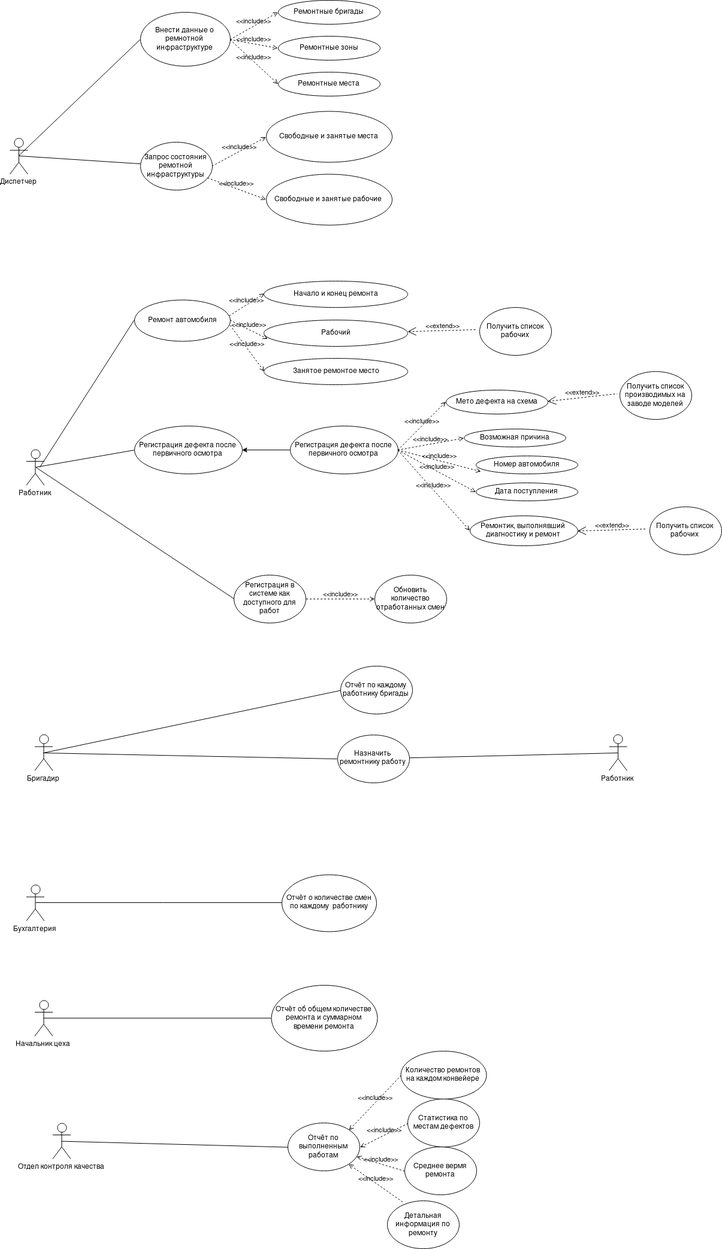
This is hw3/use-cases/Use-Case.png from kuklinamd/sdhw, a draw.io export, as it was before one commit. Source tidied: cells renumbered, new cells last; positions are measured from the earlier drawing's top-left corner, leaving out a move shared by most shapes.
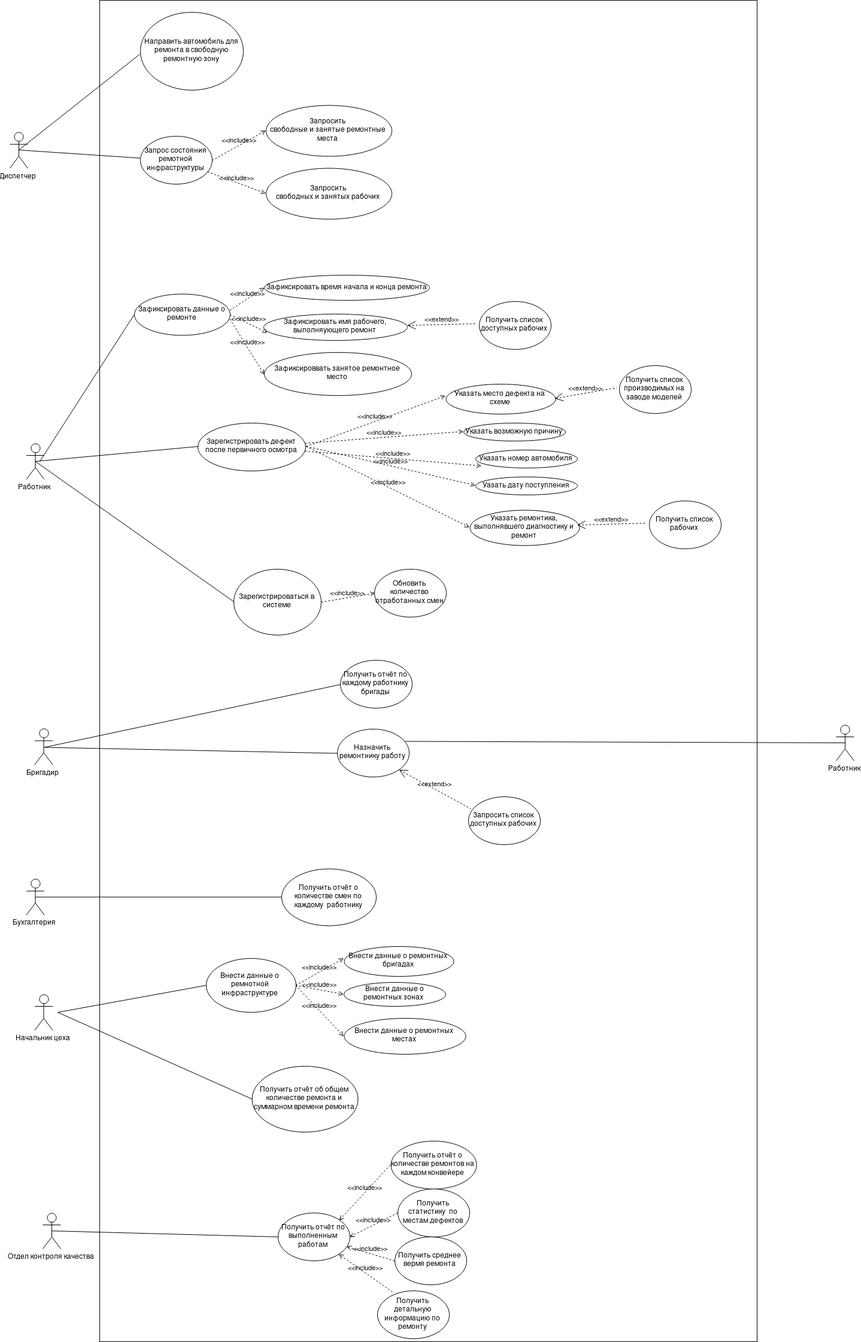
After the commit.

Commit message:
Fix use-case diagram

Change to the diagram source:
```diff
@@ -4,2 +4,5 @@
     <mxCell id="1" parent="0" />
+    <mxCell id="74" style="rounded=0;whiteSpace=wrap;html=1;" parent="1" vertex="1">
+      <mxGeometry x="150" y="10" width="1098" height="2240" as="geometry" />
+    </mxCell>
     <mxCell id="2" value="Диспетчер" style="shape=umlActor;verticalLabelPosition=bottom;labelBackgroundColor=#ffffff;verticalAlign=top;html=1;outlineConnect=0;" parent="1" vertex="1">
@@ -14,3 +17,3 @@
     <mxCell id="5" value="Отдел контроля качества" style="shape=umlActor;verticalLabelPosition=bottom;labelBackgroundColor=#ffffff;verticalAlign=top;html=1;outlineConnect=0;" parent="1" vertex="1">
-      <mxGeometry x="71.5" y="1875" width="30" height="60" as="geometry" />
+      <mxGeometry x="55" y="2035" width="30" height="60" as="geometry" />
     </mxCell>
@@ -22,28 +25,19 @@
     </mxCell>
-    <mxCell id="8" value="Внести данные о ремнотной инфраструктуре" style="ellipse;whiteSpace=wrap;html=1;" parent="1" vertex="1">
-      <mxGeometry x="217.5" y="20" width="150" height="90" as="geometry" />
-    </mxCell>
-    <mxCell id="9" style="edgeStyle=orthogonalEdgeStyle;rounded=0;jettySize=auto;html=1;" parent="1" edge="1" source="10" target="11">
-      <mxGeometry relative="1" as="geometry" />
-    </mxCell>
-    <mxCell id="10" value="Регистрация дефекта после первичного осмотра" style="ellipse;whiteSpace=wrap;html=1;" parent="1" vertex="1">
-      <mxGeometry x="467.5" y="711" width="180" height="80" as="geometry" />
+    <mxCell id="10" value="Зарегистрировать дефект после первичного осмотра" style="ellipse;whiteSpace=wrap;html=1;" parent="1" vertex="1">
+      <mxGeometry x="314" y="716" width="180" height="80" as="geometry" />
     </mxCell>
-    <mxCell id="11" value="Регистрация дефекта после первичного осмотра" style="ellipse;whiteSpace=wrap;html=1;" parent="1" vertex="1">
-      <mxGeometry x="207.5" y="711" width="180" height="80" as="geometry" />
-    </mxCell>
-    <mxCell id="12" value="Мето дефекта на схема" style="ellipse;whiteSpace=wrap;html=1;" parent="1" vertex="1">
-      <mxGeometry x="727.5" y="650.5" width="170" height="40" as="geometry" />
+    <mxCell id="12" value="Указать место дефекта на схеме" style="ellipse;whiteSpace=wrap;html=1;" parent="1" vertex="1">
+      <mxGeometry x="728" y="651" width="183" height="50" as="geometry" />
     </mxCell>
-    <mxCell id="13" value="Возможная причина" style="ellipse;whiteSpace=wrap;html=1;" parent="1" vertex="1">
+    <mxCell id="13" value="Указать возможную причину" style="ellipse;whiteSpace=wrap;html=1;" parent="1" vertex="1">
       <mxGeometry x="757.5" y="716" width="170" height="30" as="geometry" />
     </mxCell>
-    <mxCell id="14" value="Номер автомобиля" style="ellipse;whiteSpace=wrap;html=1;" parent="1" vertex="1">
+    <mxCell id="14" value="Указать номер автомобиля" style="ellipse;whiteSpace=wrap;html=1;" parent="1" vertex="1">
       <mxGeometry x="777.5" y="761" width="170" height="30" as="geometry" />
     </mxCell>
-    <mxCell id="15" value="Дата поступления" style="ellipse;whiteSpace=wrap;html=1;" parent="1" vertex="1">
+    <mxCell id="15" value="Уазать дату поступления" style="ellipse;whiteSpace=wrap;html=1;" parent="1" vertex="1">
       <mxGeometry x="777.5" y="806" width="170" height="30" as="geometry" />
     </mxCell>
-    <mxCell id="16" value="Ремонтик, выполнявший диагностику и ремонт" style="ellipse;whiteSpace=wrap;html=1;" parent="1" vertex="1">
-      <mxGeometry x="767.5" y="861" width="180" height="50" as="geometry" />
+    <mxCell id="16" value="Указать ремонтика, выполнявшего диагностику и ремонт" style="ellipse;whiteSpace=wrap;html=1;" parent="1" vertex="1">
+      <mxGeometry x="768" y="861" width="183" height="59" as="geometry" />
     </mxCell>
@@ -54,11 +48,7 @@
     </mxCell>
-    <mxCell id="18" value="&amp;lt;&amp;lt;include&amp;gt;&amp;gt;" style="edgeStyle=none;html=1;endArrow=open;verticalAlign=bottom;dashed=1;labelBackgroundColor=none;entryX=0;entryY=0.5;entryDx=0;entryDy=0;" parent="1" edge="1" target="13">
-      <mxGeometry relative="1" as="geometry">
-        <mxPoint x="647.5" y="751" as="sourcePoint" />
-      </mxGeometry>
+    <mxCell id="18" value="&amp;lt;&amp;lt;include&amp;gt;&amp;gt;" style="edgeStyle=none;html=1;endArrow=open;verticalAlign=bottom;dashed=1;labelBackgroundColor=none;entryX=0;entryY=0.5;entryDx=0;entryDy=0;" parent="1" edge="1" source="10" target="13">
+      <mxGeometry relative="1" as="geometry" />
     </mxCell>
-    <mxCell id="19" value="&amp;lt;&amp;lt;include&amp;gt;&amp;gt;" style="edgeStyle=none;html=1;endArrow=open;verticalAlign=bottom;dashed=1;labelBackgroundColor=none;entryX=0.053;entryY=0.856;entryDx=0;entryDy=0;entryPerimeter=0;" parent="1" edge="1" target="14">
-      <mxGeometry relative="1" as="geometry">
-        <mxPoint x="647.5" y="751" as="sourcePoint" />
-      </mxGeometry>
+    <mxCell id="19" value="&amp;lt;&amp;lt;include&amp;gt;&amp;gt;" style="edgeStyle=none;html=1;endArrow=open;verticalAlign=bottom;dashed=1;labelBackgroundColor=none;entryX=0.053;entryY=0.856;entryDx=0;entryDy=0;entryPerimeter=0;" parent="1" edge="1" source="10" target="14">
+      <mxGeometry relative="1" as="geometry" />
     </mxCell>
@@ -70,24 +60,2 @@
     </mxCell>
-    <mxCell id="22" value="Ремонтные бригады" style="ellipse;whiteSpace=wrap;html=1;" parent="1" vertex="1">
-      <mxGeometry x="447.5" width="170" height="40" as="geometry" />
-    </mxCell>
-    <mxCell id="23" value="&lt;div&gt;Ремонтные зоны&lt;/div&gt;" style="ellipse;whiteSpace=wrap;html=1;" parent="1" vertex="1">
-      <mxGeometry x="447.5" y="60" width="170" height="40" as="geometry" />
-    </mxCell>
-    <mxCell id="24" value="Ремонтные места" style="ellipse;whiteSpace=wrap;html=1;" parent="1" vertex="1">
-      <mxGeometry x="447.5" y="120" width="170" height="40" as="geometry" />
-    </mxCell>
-    <mxCell id="25" value="&amp;lt;&amp;lt;include&amp;gt;&amp;gt;" style="edgeStyle=none;html=1;endArrow=open;verticalAlign=bottom;dashed=1;labelBackgroundColor=none;exitX=1;exitY=0.5;exitDx=0;exitDy=0;" parent="1" edge="1" source="8">
-      <mxGeometry relative="1" as="geometry">
-        <mxPoint x="447.5" y="20" as="targetPoint" />
-      </mxGeometry>
-    </mxCell>
-    <mxCell id="26" value="&amp;lt;&amp;lt;include&amp;gt;&amp;gt;" style="edgeStyle=none;html=1;endArrow=open;verticalAlign=bottom;dashed=1;labelBackgroundColor=none;entryX=0;entryY=0.5;entryDx=0;entryDy=0;exitX=1;exitY=0.5;exitDx=0;exitDy=0;" parent="1" edge="1" source="8">
-      <mxGeometry relative="1" as="geometry">
-        <mxPoint x="447" y="80" as="targetPoint" />
-      </mxGeometry>
-    </mxCell>
-    <mxCell id="27" value="&amp;lt;&amp;lt;include&amp;gt;&amp;gt;" style="edgeStyle=none;html=1;endArrow=open;verticalAlign=bottom;dashed=1;labelBackgroundColor=none;entryX=0;entryY=0.5;entryDx=0;entryDy=0;exitX=1;exitY=0.5;exitDx=0;exitDy=0;" parent="1" edge="1" source="8" target="24">
-      <mxGeometry relative="1" as="geometry" />
-    </mxCell>
     <mxCell id="28" value="Назначить ремонтнику работу" style="ellipse;whiteSpace=wrap;html=1;" parent="1" vertex="1">
@@ -96,6 +64,6 @@
     <mxCell id="29" value="Работник" style="shape=umlActor;verticalLabelPosition=bottom;labelBackgroundColor=#ffffff;verticalAlign=top;html=1;outlineConnect=0;" parent="1" vertex="1">
-      <mxGeometry x="1000" y="1226.5" width="30" height="60" as="geometry" />
+      <mxGeometry x="1380" y="1220" width="30" height="60" as="geometry" />
     </mxCell>
-    <mxCell id="30" value="Регистрация в системе как доступного для работ" style="ellipse;whiteSpace=wrap;html=1;" parent="1" vertex="1">
-      <mxGeometry x="374" y="960" width="120" height="80" as="geometry" />
+    <mxCell id="30" value="Зарегистрироваться в системе " style="ellipse;whiteSpace=wrap;html=1;" parent="1" vertex="1">
+      <mxGeometry x="374" y="960" width="146" height="110" as="geometry" />
     </mxCell>
@@ -104,3 +72,3 @@
     </mxCell>
-    <mxCell id="32" style="endArrow=none;html=1;entryX=0.5;entryY=0.5;entryDx=0;entryDy=0;entryPerimeter=0;" parent="1" edge="1" source="28" target="29">
+    <mxCell id="32" style="endArrow=none;html=1;entryX=0.5;entryY=0.5;entryDx=0;entryDy=0;entryPerimeter=0;exitX=0.948;exitY=0.247;exitDx=0;exitDy=0;exitPerimeter=0;" parent="1" edge="1" source="28" target="29">
       <mxGeometry relative="1" as="geometry" />
@@ -119,6 +87,6 @@
     </mxCell>
-    <mxCell id="37" value="&lt;div&gt;Свободные и занятые места&lt;/div&gt;" style="ellipse;whiteSpace=wrap;html=1;" parent="1" vertex="1">
+    <mxCell id="37" value="Запросить&lt;br&gt;&lt;div&gt;свободные и занятые ремонтные места&lt;/div&gt;" style="ellipse;whiteSpace=wrap;html=1;" parent="1" vertex="1">
       <mxGeometry x="427.5" y="185.5" width="210" height="85" as="geometry" />
     </mxCell>
-    <mxCell id="38" value="&lt;div&gt;Свободные и занятые рабочие&lt;br&gt;&lt;/div&gt;" style="ellipse;whiteSpace=wrap;html=1;" parent="1" vertex="1">
+    <mxCell id="38" value="Запросить &lt;br&gt;&lt;div&gt;свободных и занятых рабочих&lt;br&gt;&lt;/div&gt;" style="ellipse;whiteSpace=wrap;html=1;" parent="1" vertex="1">
       <mxGeometry x="427.5" y="290.5" width="210" height="85" as="geometry" />
@@ -131,16 +99,16 @@
     </mxCell>
-    <mxCell id="41" value="Отчёт по выполненным работам" style="ellipse;whiteSpace=wrap;html=1;" parent="1" vertex="1">
-      <mxGeometry x="464" y="1875" width="120" height="80" as="geometry" />
+    <mxCell id="41" value="Получить отчёт по выполненным работам" style="ellipse;whiteSpace=wrap;html=1;" parent="1" vertex="1">
+      <mxGeometry x="447.5" y="2035" width="120" height="80" as="geometry" />
     </mxCell>
-    <mxCell id="42" value="Количество ремонтов на каждом конвейере" style="ellipse;whiteSpace=wrap;html=1;" parent="1" vertex="1">
-      <mxGeometry x="652.5" y="1755" width="143" height="80" as="geometry" />
+    <mxCell id="42" value="Получить отчёт о количестве ремонтов на каждом конвейере" style="ellipse;whiteSpace=wrap;html=1;" parent="1" vertex="1">
+      <mxGeometry x="636" y="1915" width="143" height="80" as="geometry" />
     </mxCell>
-    <mxCell id="43" value="Статистика по местам дефектов" style="ellipse;whiteSpace=wrap;html=1;" parent="1" vertex="1">
-      <mxGeometry x="664" y="1835" width="120" height="80" as="geometry" />
+    <mxCell id="43" value="Получить статистику&amp;nbsp; по местам дефектов" style="ellipse;whiteSpace=wrap;html=1;" parent="1" vertex="1">
+      <mxGeometry x="647.5" y="1995" width="120" height="80" as="geometry" />
     </mxCell>
-    <mxCell id="44" value="Среднее вермя ремонта" style="ellipse;whiteSpace=wrap;html=1;" parent="1" vertex="1">
-      <mxGeometry x="659" y="1915" width="120" height="80" as="geometry" />
+    <mxCell id="44" value="Получить среднее вермя ремонта" style="ellipse;whiteSpace=wrap;html=1;" parent="1" vertex="1">
+      <mxGeometry x="642.5" y="2075" width="120" height="80" as="geometry" />
     </mxCell>
-    <mxCell id="45" value="Детальная информация по ремонту" style="ellipse;whiteSpace=wrap;html=1;" parent="1" vertex="1">
-      <mxGeometry x="630" y="2005" width="120" height="80" as="geometry" />
+    <mxCell id="45" value="Получить детальную информацию по ремонту" style="ellipse;whiteSpace=wrap;html=1;" parent="1" vertex="1">
+      <mxGeometry x="613.5" y="2165" width="120" height="80" as="geometry" />
     </mxCell>
@@ -157,7 +125,9 @@
       <mxGeometry relative="1" as="geometry">
-        <mxPoint x="655.5" y="2007" as="sourcePoint" />
+        <mxPoint x="639" y="2167" as="sourcePoint" />
       </mxGeometry>
     </mxCell>
-    <mxCell id="50" style="endArrow=none;html=1;exitX=0;exitY=0.5;exitDx=0;exitDy=0;entryX=0.5;entryY=0.5;entryDx=0;entryDy=0;entryPerimeter=0;" parent="1" edge="1" source="8" target="2">
-      <mxGeometry relative="1" as="geometry" />
+    <mxCell id="50" style="endArrow=none;html=1;entryX=0.5;entryY=0.5;entryDx=0;entryDy=0;entryPerimeter=0;" parent="1" edge="1" target="2">
+      <mxGeometry relative="1" as="geometry">
+        <mxPoint x="217" y="100" as="sourcePoint" />
+      </mxGeometry>
     </mxCell>
@@ -166,11 +136,8 @@
     </mxCell>
-    <mxCell id="52" style="endArrow=none;html=1;exitX=0;exitY=0.5;exitDx=0;exitDy=0;entryX=0.5;entryY=0.5;entryDx=0;entryDy=0;entryPerimeter=0;" parent="1" edge="1" source="11" target="3">
+    <mxCell id="52" style="endArrow=none;html=1;exitX=0;exitY=0.5;exitDx=0;exitDy=0;entryX=0.5;entryY=0.5;entryDx=0;entryDy=0;entryPerimeter=0;" parent="1" edge="1" source="10" target="3">
       <mxGeometry relative="1" as="geometry" />
     </mxCell>
-    <mxCell id="53" value="Отчёт об общем количестве ремонта и суммарном времени ремонта" style="ellipse;whiteSpace=wrap;html=1;" parent="1" vertex="1">
-      <mxGeometry x="436.5" y="1645" width="177" height="110" as="geometry" />
+    <mxCell id="53" value="Получить отчёт об общем количестве ремонта и суммарном времени ремонта" style="ellipse;whiteSpace=wrap;html=1;" parent="1" vertex="1">
+      <mxGeometry x="404" y="1790" width="177" height="110" as="geometry" />
     </mxCell>
-    <mxCell id="54" style="edgeStyle=orthogonalEdgeStyle;rounded=0;jettySize=auto;html=1;exitX=0.5;exitY=0.5;exitDx=0;exitDy=0;exitPerimeter=0;endArrow=none;endFill=0;entryX=0;entryY=0.5;entryDx=0;entryDy=0;" parent="1" edge="1" source="55" target="53">
-      <mxGeometry relative="1" as="geometry" />
-    </mxCell>
     <mxCell id="55" value="Начальник цеха" style="shape=umlActor;verticalLabelPosition=bottom;labelBackgroundColor=#ffffff;verticalAlign=top;html=1;outlineConnect=0;" parent="1" vertex="1">
@@ -178,6 +145,6 @@
     </mxCell>
-    <mxCell id="56" value="Отчёт о количестве смен по каждому&amp;nbsp; работнику" style="ellipse;whiteSpace=wrap;html=1;" parent="1" vertex="1">
+    <mxCell id="56" value="Получить отчёт о количестве смен по каждому&amp;nbsp; работнику" style="ellipse;whiteSpace=wrap;html=1;" parent="1" vertex="1">
       <mxGeometry x="454.5" y="1460" width="158" height="95" as="geometry" />
     </mxCell>
-    <mxCell id="57" value="Отчёт по каждому работнику бригады" style="ellipse;whiteSpace=wrap;html=1;" parent="1" vertex="1">
+    <mxCell id="57" value="Получить отчёт по каждому работнику бригады" style="ellipse;whiteSpace=wrap;html=1;" parent="1" vertex="1">
       <mxGeometry x="551.5" y="1112" width="120" height="80" as="geometry" />
@@ -187,13 +154,13 @@
     </mxCell>
-    <mxCell id="59" value="Ремонт автомобиля" style="ellipse;whiteSpace=wrap;html=1;" parent="1" vertex="1">
+    <mxCell id="59" value="Зафиксировать данные о ремонте" style="ellipse;whiteSpace=wrap;html=1;" parent="1" vertex="1">
       <mxGeometry x="208" y="500" width="160" height="69" as="geometry" />
     </mxCell>
-    <mxCell id="60" value="Начало и конец ремонта" style="ellipse;whiteSpace=wrap;html=1;" parent="1" vertex="1">
-      <mxGeometry x="424.5" y="468.5" width="240" height="44" as="geometry" />
+    <mxCell id="60" value="Зафиксировать время начала и конца ремонта" style="ellipse;whiteSpace=wrap;html=1;" parent="1" vertex="1">
+      <mxGeometry x="425" y="469" width="276" height="42" as="geometry" />
     </mxCell>
-    <mxCell id="61" value="Рабочий" style="ellipse;whiteSpace=wrap;html=1;" parent="1" vertex="1">
+    <mxCell id="61" value="Зафиксировать имя рабочего, выполняующего ремонт" style="ellipse;whiteSpace=wrap;html=1;" parent="1" vertex="1">
       <mxGeometry x="424.5" y="533.5" width="240" height="44" as="geometry" />
     </mxCell>
-    <mxCell id="62" value="Занятое ремонтое место" style="ellipse;whiteSpace=wrap;html=1;" parent="1" vertex="1">
-      <mxGeometry x="424.5" y="598" width="240" height="44" as="geometry" />
+    <mxCell id="62" value="Зафиксироввать занятое ремонтное место" style="ellipse;whiteSpace=wrap;html=1;" parent="1" vertex="1">
+      <mxGeometry x="425" y="598" width="246" height="72" as="geometry" />
     </mxCell>
@@ -221,3 +188,3 @@
     </mxCell>
-    <mxCell id="69" value="Получить список рабочих " style="ellipse;whiteSpace=wrap;html=1;" parent="1" vertex="1">
+    <mxCell id="69" value="Получить список доступных рабочих " style="ellipse;whiteSpace=wrap;html=1;" parent="1" vertex="1">
       <mxGeometry x="784" y="513" width="120" height="80" as="geometry" />
@@ -241,2 +208,46 @@
     </mxCell>
+    <mxCell id="8" value="Внести данные о ремнотной инфраструктуре" style="ellipse;whiteSpace=wrap;html=1;" parent="1" vertex="1">
+      <mxGeometry x="327.5" y="1609.8" width="150" height="90" as="geometry" />
+    </mxCell>
+    <mxCell id="75" value="Внести данные о ремонтных бригадах" style="ellipse;whiteSpace=wrap;html=1;" parent="1" vertex="1">
+      <mxGeometry x="558" y="1590" width="183" height="50" as="geometry" />
+    </mxCell>
+    <mxCell id="76" value="&lt;div&gt;&amp;nbsp;Внести данные о ремонтных зонах&lt;/div&gt;" style="ellipse;whiteSpace=wrap;html=1;" parent="1" vertex="1">
+      <mxGeometry x="557.5" y="1649.8" width="170" height="40" as="geometry" />
+    </mxCell>
+    <mxCell id="77" value="Внести данные о ремонтных местах" style="ellipse;whiteSpace=wrap;html=1;" parent="1" vertex="1">
+      <mxGeometry x="558" y="1710" width="203" height="60" as="geometry" />
+    </mxCell>
+    <mxCell id="25" value="&amp;lt;&amp;lt;include&amp;gt;&amp;gt;" style="edgeStyle=none;html=1;endArrow=open;verticalAlign=bottom;dashed=1;labelBackgroundColor=none;exitX=1;exitY=0.5;exitDx=0;exitDy=0;" parent="1" edge="1" source="8">
+      <mxGeometry relative="1" as="geometry">
+        <mxPoint x="557.5" y="1609.8" as="targetPoint" />
+      </mxGeometry>
+    </mxCell>
+    <mxCell id="78" value="&amp;lt;&amp;lt;include&amp;gt;&amp;gt;" style="edgeStyle=none;html=1;endArrow=open;verticalAlign=bottom;dashed=1;labelBackgroundColor=none;entryX=0;entryY=0.5;entryDx=0;entryDy=0;exitX=1;exitY=0.5;exitDx=0;exitDy=0;" parent="1" edge="1" source="8">
+      <mxGeometry relative="1" as="geometry">
+        <mxPoint x="557" y="1669.8" as="targetPoint" />
+      </mxGeometry>
+    </mxCell>
+    <mxCell id="79" value="&amp;lt;&amp;lt;include&amp;gt;&amp;gt;" style="edgeStyle=none;html=1;endArrow=open;verticalAlign=bottom;dashed=1;labelBackgroundColor=none;entryX=0;entryY=0.5;entryDx=0;entryDy=0;exitX=1;exitY=0.5;exitDx=0;exitDy=0;" parent="1" edge="1" source="8" target="77">
+      <mxGeometry relative="1" as="geometry" />
+    </mxCell>
+    <mxCell id="80" style="endArrow=none;html=1;entryX=0;entryY=0.5;entryDx=0;entryDy=0;" parent="1" edge="1" target="8">
+      <mxGeometry relative="1" as="geometry">
+        <mxPoint x="80" y="1700" as="sourcePoint" />
+      </mxGeometry>
+    </mxCell>
+    <mxCell id="81" style="endArrow=none;html=1;entryX=0;entryY=0.5;entryDx=0;entryDy=0;" parent="1" edge="1" target="53">
+      <mxGeometry relative="1" as="geometry">
+        <mxPoint x="80" y="1700" as="sourcePoint" />
+      </mxGeometry>
+    </mxCell>
+    <mxCell id="82" value="Направить автомобиль для ремонта в свободную ремонтную зону" style="ellipse;whiteSpace=wrap;html=1;" parent="1" vertex="1">
+      <mxGeometry x="218" y="30" width="172" height="130" as="geometry" />
+    </mxCell>
+    <mxCell id="83" value="Запросить список доступных рабочих" style="ellipse;whiteSpace=wrap;html=1;" parent="1" vertex="1">
+      <mxGeometry x="766" y="1340" width="120" height="80" as="geometry" />
+    </mxCell>
+    <mxCell id="84" value="&amp;lt;&amp;lt;extend&amp;gt;&amp;gt;" style="edgeStyle=none;html=1;startArrow=open;endArrow=none;startSize=12;verticalAlign=bottom;dashed=1;labelBackgroundColor=none;entryX=0.033;entryY=0.25;entryDx=0;entryDy=0;entryPerimeter=0;exitX=1;exitY=1;exitDx=0;exitDy=0;" parent="1" edge="1" source="28" target="83">
+      <mxGeometry relative="1" as="geometry" />
+    </mxCell>
   </root>
```
